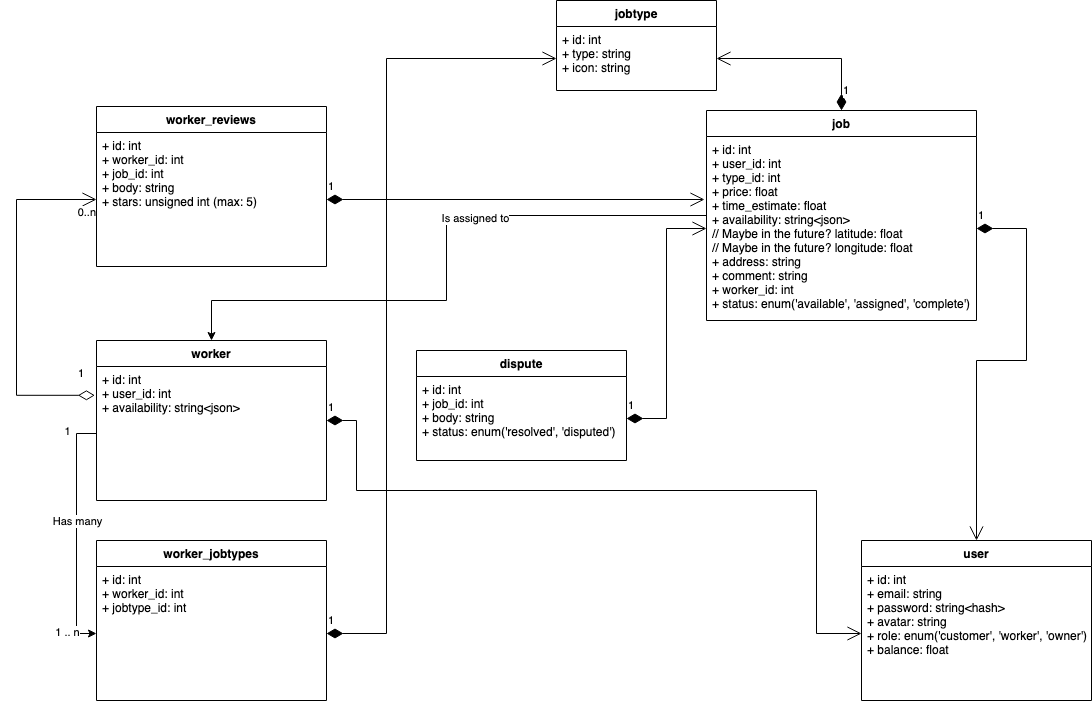
This is docs/Images/database-uml-class-diagram.png from Simponic/JobFindr, a draw.io export, as it was before one commit. Source tidied: cells renumbered, new cells last; positions are measured from the earlier drawing's top-left corner, leaving out a move shared by most shapes.
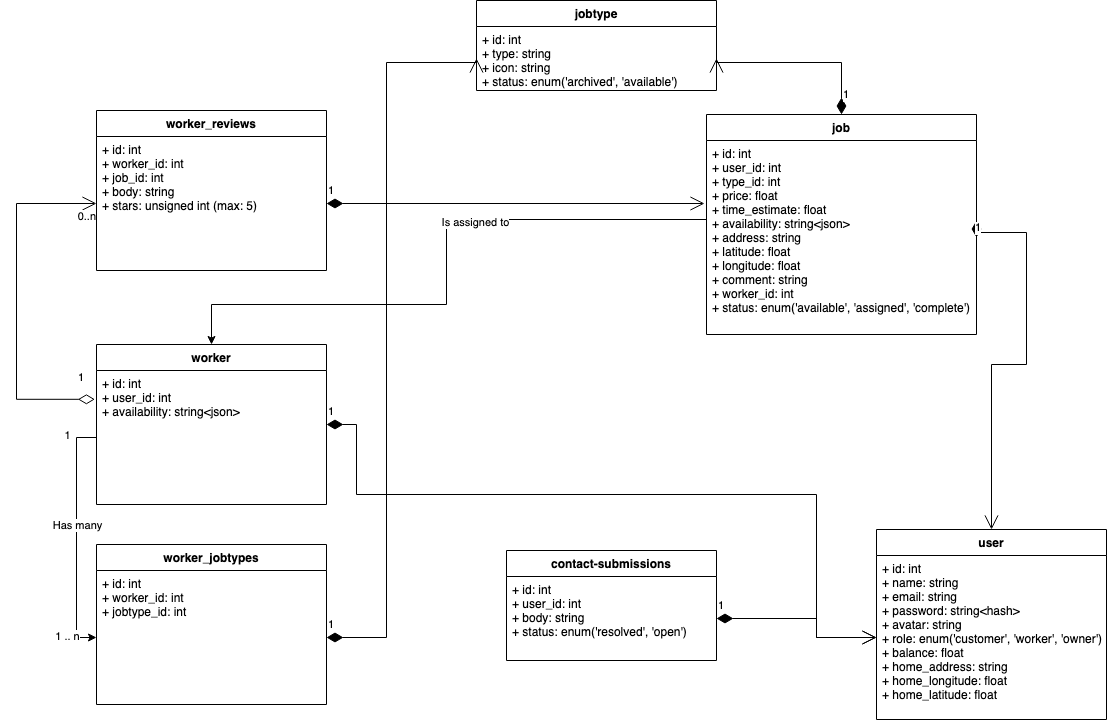
After the commit.

Change to the diagram source:
```diff
@@ -3,16 +3,16 @@
     <mxCell id="0" />
     <mxCell id="1" parent="0" />
     <mxCell id="2" value="jobtype" style="swimlane;fontStyle=1;align=center;verticalAlign=top;horizontal=1;startSize=26;" parent="1" vertex="1">
-      <mxGeometry x="540" width="160" height="90" as="geometry" />
+      <mxGeometry x="460" y="-4" width="240" height="90" as="geometry" />
     </mxCell>
-    <mxCell id="3" value="+ id: int&#10;+ type: string&#10;+ icon: string&#10;" style="text;strokeColor=none;fillColor=none;align=left;verticalAlign=top;spacingLeft=4;spacingRight=4;overflow=hidden;points=[[0,0.5],[1,0.5]];portConstraint=eastwest;" parent="2" vertex="1">
-      <mxGeometry y="26" width="160" height="64" as="geometry" />
+    <mxCell id="3" value="+ id: int&#10;+ type: string&#10;+ icon: string&#10;+ status: enum('archived', 'available')&#10;&#10;" style="text;strokeColor=none;fillColor=none;align=left;verticalAlign=top;spacingLeft=4;spacingRight=4;overflow=hidden;points=[[0,0.5],[1,0.5]];portConstraint=eastwest;" parent="2" vertex="1">
+      <mxGeometry y="26" width="240" height="64" as="geometry" />
     </mxCell>
     <mxCell id="4" value="user" style="swimlane;fontStyle=1;align=center;verticalAlign=top;horizontal=1;startSize=26;" parent="1" vertex="1">
-      <mxGeometry x="845" y="540" width="230" height="160" as="geometry" />
+      <mxGeometry x="860" y="525" width="230" height="190" as="geometry" />
     </mxCell>
-    <mxCell id="5" value="+ id: int&#10;+ email: string&#10;+ password: string&lt;hash&gt;&#10;+ avatar: string&#10;+ role: enum('customer', 'worker', 'owner')&#10;+ balance: float&#10;&#10;" style="text;strokeColor=none;fillColor=none;align=left;verticalAlign=top;spacingLeft=4;spacingRight=4;overflow=hidden;points=[[0,0.5],[1,0.5]];portConstraint=eastwest;" parent="4" vertex="1">
-      <mxGeometry y="26" width="230" height="134" as="geometry" />
+    <mxCell id="5" value="+ id: int&#10;+ name: string&#10;+ email: string&#10;+ password: string&lt;hash&gt;&#10;+ avatar: string&#10;+ role: enum('customer', 'worker', 'owner')&#10;+ balance: float&#10;+ home_address: string&#10;+ home_longitude: float&#10;+ home_latitude: float&#10;&#10;&#10;&#10;" style="text;strokeColor=none;fillColor=none;align=left;verticalAlign=top;spacingLeft=4;spacingRight=4;overflow=hidden;points=[[0,0.5],[1,0.5]];portConstraint=eastwest;" parent="4" vertex="1">
+      <mxGeometry y="26" width="230" height="164" as="geometry" />
     </mxCell>
     <mxCell id="6" style="edgeStyle=orthogonalEdgeStyle;rounded=0;jettySize=auto;html=1;entryX=0.5;entryY=0;entryDx=0;entryDy=0;" parent="1" edge="1" source="8" target="12">
       <mxGeometry relative="1" as="geometry">
@@ -27,10 +27,10 @@
       <mxGeometry x="-0.25" y="2" relative="1" as="geometry" />
     </mxCell>
     <mxCell id="8" value="job" style="swimlane;fontStyle=1;align=center;verticalAlign=top;horizontal=1;startSize=26;" parent="1" vertex="1">
-      <mxGeometry x="690" y="110" width="270" height="210" as="geometry" />
+      <mxGeometry x="690" y="110" width="270" height="220" as="geometry" />
     </mxCell>
-    <mxCell id="9" value="+ id: int&#10;+ user_id: int&#10;+ type_id: int&#10;+ price: float&#10;+ time_estimate: float&#10;+ availability: string&lt;json&gt;&#10;// Maybe in the future? latitude: float&#10;// Maybe in the future? longitude: float&#10;+ address: string&#10;+ comment: string&#10;+ worker_id: int&#10;+ status: enum('available', 'assigned', 'complete')&#10;" style="text;strokeColor=none;fillColor=none;align=left;verticalAlign=top;spacingLeft=4;spacingRight=4;overflow=hidden;points=[[0,0.5],[1,0.5]];portConstraint=eastwest;fontStyle=0;" parent="8" vertex="1">
-      <mxGeometry y="26" width="270" height="184" as="geometry" />
+    <mxCell id="9" value="+ id: int&#10;+ user_id: int&#10;+ type_id: int&#10;+ price: float&#10;+ time_estimate: float&#10;+ availability: string&lt;json&gt;&#10;+ address: string&#10;+ latitude: float&#10;+ longitude: float&#10;+ comment: string&#10;+ worker_id: int&#10;+ status: enum('available', 'assigned', 'complete')&#10;" style="text;strokeColor=none;fillColor=none;align=left;verticalAlign=top;spacingLeft=4;spacingRight=4;overflow=hidden;points=[[0,0.5],[1,0.5]];portConstraint=eastwest;fontStyle=0;" parent="8" vertex="1">
+      <mxGeometry y="26" width="270" height="194" as="geometry" />
     </mxCell>
     <mxCell id="10" style="endArrow=none;html=1;rounded=0;exitX=1;exitY=0.5;exitDx=0;exitDy=0;entryX=0;entryY=0.5;entryDx=0;entryDy=0;startArrow=none;" parent="1" edge="1" target="9">
       <mxGeometry relative="1" as="geometry">
@@ -60,15 +60,12 @@
     <mxCell id="17" value="+ id: int&#10;+ worker_id: int&#10;+ job_id: int&#10;+ body: string&#10;+ stars: unsigned int (max: 5)&#10;&#10;" style="text;strokeColor=none;fillColor=none;align=left;verticalAlign=top;spacingLeft=4;spacingRight=4;overflow=hidden;points=[[0,0.5],[1,0.5]];portConstraint=eastwest;" parent="16" vertex="1">
       <mxGeometry y="26" width="230" height="134" as="geometry" />
     </mxCell>
-    <mxCell id="18" value="dispute" style="swimlane;fontStyle=1;align=center;verticalAlign=top;horizontal=1;startSize=26;" parent="1" vertex="1">
-      <mxGeometry x="400" y="350" width="210" height="110" as="geometry" />
+    <mxCell id="18" value="contact-submissions" style="swimlane;fontStyle=1;align=center;verticalAlign=top;horizontal=1;startSize=26;" parent="1" vertex="1">
+      <mxGeometry x="490" y="546" width="210" height="110" as="geometry" />
     </mxCell>
-    <mxCell id="19" value="+ id: int&#10;+ job_id: int&#10;+ body: string&#10;+ status: enum('resolved', 'disputed')&#10;" style="text;strokeColor=none;fillColor=none;align=left;verticalAlign=top;spacingLeft=4;spacingRight=4;overflow=hidden;points=[[0,0.5],[1,0.5]];portConstraint=eastwest;" parent="18" vertex="1">
+    <mxCell id="19" value="+ id: int&#10;+ user_id: int&#10;+ body: string&#10;+ status: enum('resolved', 'open')&#10;&#10;" style="text;strokeColor=none;fillColor=none;align=left;verticalAlign=top;spacingLeft=4;spacingRight=4;overflow=hidden;points=[[0,0.5],[1,0.5]];portConstraint=eastwest;" parent="18" vertex="1">
       <mxGeometry y="26" width="210" height="84" as="geometry" />
     </mxCell>
-    <mxCell id="20" value="1" style="endArrow=open;html=1;endSize=12;startArrow=diamondThin;startSize=14;startFill=1;edgeStyle=orthogonalEdgeStyle;align=left;verticalAlign=bottom;rounded=0;exitX=1;exitY=0.5;exitDx=0;exitDy=0;entryX=0;entryY=0.5;entryDx=0;entryDy=0;" parent="1" edge="1" source="19" target="9">
-      <mxGeometry x="-1" y="3" relative="1" as="geometry" />
-    </mxCell>
     <mxCell id="21" value="1" style="endArrow=open;html=1;endSize=12;startArrow=diamondThin;startSize=14;startFill=1;edgeStyle=orthogonalEdgeStyle;align=left;verticalAlign=bottom;rounded=0;exitX=0.5;exitY=0;exitDx=0;exitDy=0;entryX=1;entryY=0.5;entryDx=0;entryDy=0;" parent="1" edge="1" source="8" target="3">
       <mxGeometry x="-0.89" relative="1" as="geometry">
         <Array as="points">
@@ -76,13 +73,13 @@
         </Array>
       </mxGeometry>
     </mxCell>
-    <mxCell id="22" value="1" style="endArrow=open;html=1;endSize=12;startArrow=diamondThin;startSize=14;startFill=1;edgeStyle=orthogonalEdgeStyle;align=left;verticalAlign=bottom;rounded=0;exitX=1;exitY=0.5;exitDx=0;exitDy=0;" parent="1" edge="1" source="9">
+    <mxCell id="22" value="1" style="endArrow=open;html=1;endSize=12;startArrow=diamondThin;startSize=14;startFill=1;edgeStyle=orthogonalEdgeStyle;align=left;verticalAlign=bottom;rounded=0;exitX=1;exitY=0.5;exitDx=0;exitDy=0;entryX=0.5;entryY=0;entryDx=0;entryDy=0;" parent="1" edge="1" source="9" target="4">
       <mxGeometry x="-1" y="3" relative="1" as="geometry">
-        <mxPoint x="960" y="540" as="targetPoint" />
         <Array as="points">
+          <mxPoint x="960" y="228" />
           <mxPoint x="1010" y="228" />
           <mxPoint x="1010" y="360" />
-          <mxPoint x="960" y="360" />
+          <mxPoint x="975" y="360" />
         </Array>
       </mxGeometry>
     </mxCell>
@@ -146,5 +143,13 @@
         </Array>
       </mxGeometry>
     </mxCell>
+    <mxCell id="20" value="1" style="endArrow=open;html=1;endSize=12;startArrow=diamondThin;startSize=14;startFill=1;edgeStyle=orthogonalEdgeStyle;align=left;verticalAlign=bottom;rounded=0;exitX=1;exitY=0.5;exitDx=0;exitDy=0;entryX=0;entryY=0.5;entryDx=0;entryDy=0;" parent="1" edge="1" source="19" target="5">
+      <mxGeometry x="-1" y="3" relative="1" as="geometry">
+        <Array as="points">
+          <mxPoint x="800" y="614" />
+          <mxPoint x="800" y="633" />
+        </Array>
+      </mxGeometry>
+    </mxCell>
   </root>
 </mxGraphModel>
```
